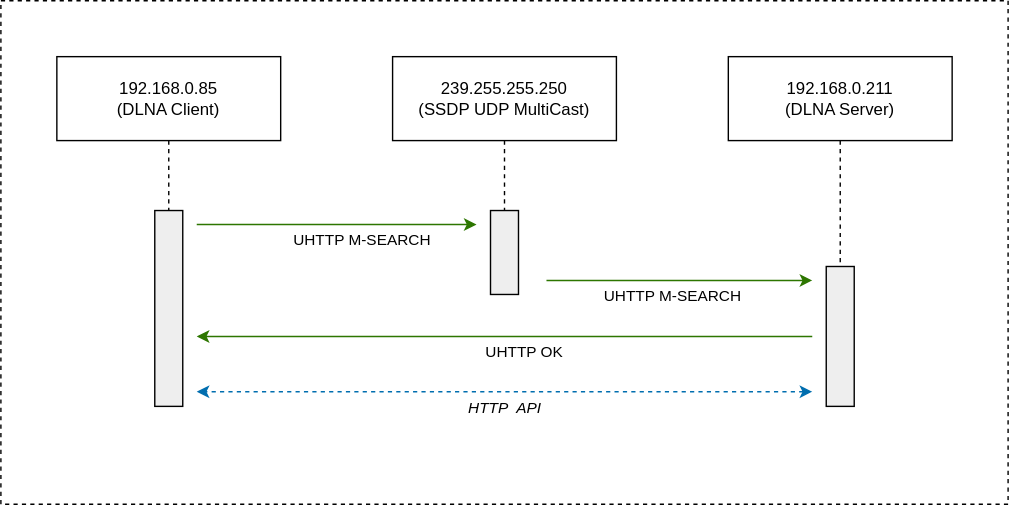
Cori1109/Cori1109.github.io keeps this draw.io diagram as static/images/kubernetes-and-dlna.drawio.svg. Above is the earlier version. Source tidied: cells renumbered, new cells last; positions are measured from the earlier drawing's top-left corner, leaving out a move shared by most shapes.
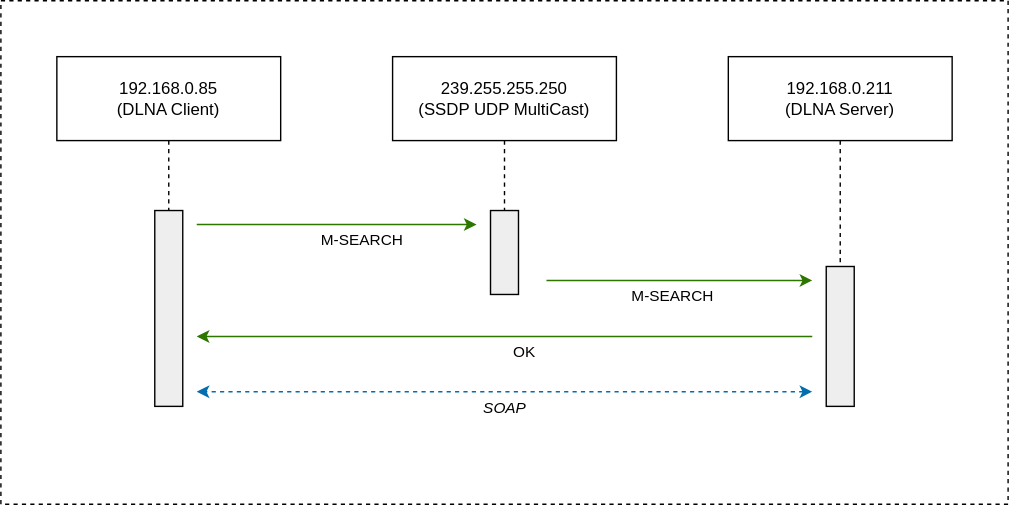
After the commit.

The edit, as a diff of the source:
```diff
@@ -14,7 +14,7 @@
         <mxPoint x="340" y="160" as="targetPoint" />
       </mxGeometry>
     </mxCell>
-    <mxCell id="5" value="UHTTP M-SEARCH" style="edgeLabel;html=1;align=center;verticalAlign=middle;" parent="4" vertex="1">
+    <mxCell id="5" value="M-SEARCH" style="edgeLabel;html=1;align=center;verticalAlign=middle;" parent="4" vertex="1">
       <mxGeometry x="0.17" y="2" relative="1" as="geometry">
         <mxPoint y="12" as="offset" />
       </mxGeometry>
@@ -49,7 +49,7 @@
         <mxPoint x="580" y="200" as="targetPoint" />
       </mxGeometry>
     </mxCell>
-    <mxCell id="15" value="UHTTP M-SEARCH" style="edgeLabel;html=1;align=center;verticalAlign=middle;" parent="14" vertex="1">
+    <mxCell id="15" value="M-SEARCH" style="edgeLabel;html=1;align=center;verticalAlign=middle;" parent="14" vertex="1">
       <mxGeometry x="-0.26" y="-2" relative="1" as="geometry">
         <mxPoint x="18" y="8" as="offset" />
       </mxGeometry>
@@ -60,12 +60,12 @@
         <mxPoint x="140" y="240" as="targetPoint" />
       </mxGeometry>
     </mxCell>
-    <mxCell id="17" value="UHTTP OK" style="edgeLabel;html=1;align=center;verticalAlign=middle;" parent="16" vertex="1">
+    <mxCell id="17" value="OK" style="edgeLabel;html=1;align=center;verticalAlign=middle;" parent="16" vertex="1">
       <mxGeometry x="-0.26" y="-2" relative="1" as="geometry">
         <mxPoint x="-44" y="12" as="offset" />
       </mxGeometry>
     </mxCell>
-    <mxCell id="18" value="HTTP&amp;nbsp; API" style="edgeStyle=orthogonalEdgeStyle;rounded=0;orthogonalLoop=1;jettySize=auto;html=1;startArrow=classic;startFill=1;dashed=1;fillColor=#1ba1e2;strokeColor=#006EAF;fontStyle=2;" parent="1" edge="1">
+    <mxCell id="18" value="SOAP" style="edgeStyle=orthogonalEdgeStyle;rounded=0;orthogonalLoop=1;jettySize=auto;html=1;startArrow=classic;startFill=1;dashed=1;fillColor=#1ba1e2;strokeColor=#006EAF;fontStyle=2;" parent="1" edge="1">
       <mxGeometry y="11" relative="1" as="geometry">
         <mxPoint x="580" y="279.5" as="sourcePoint" />
         <mxPoint x="140" y="279.5" as="targetPoint" />
```
